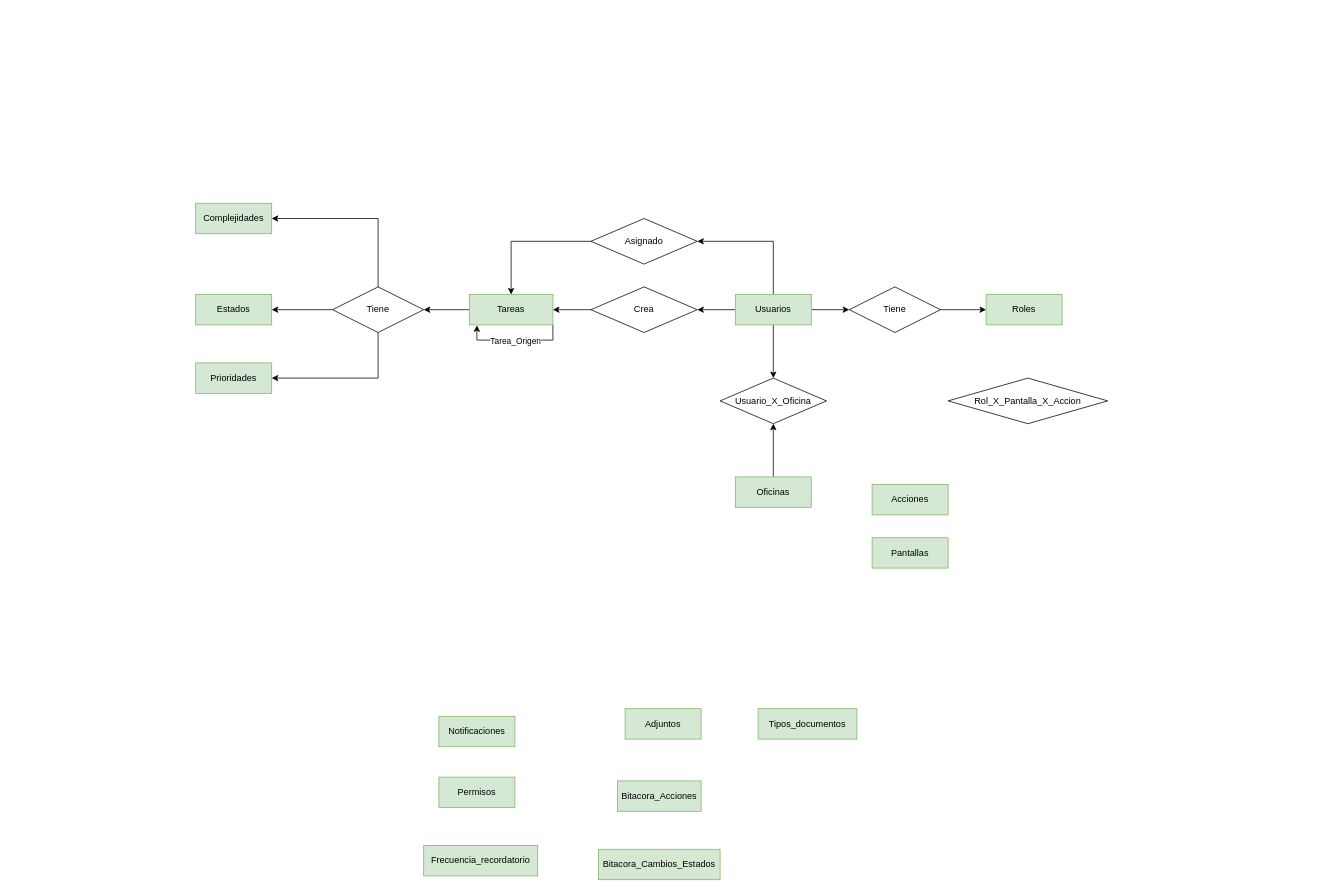
This is E-R IntelTask.drawio from W1TCH3R94/notasCursos, a draw.io file, before an edit. Source tidied: cells renumbered, new cells numbered last; positions are measured from the earlier drawing's top-left corner, leaving out a move shared by most shapes. Both pictures are drawn from the tidied source at 76%, with x=0, y=0 at pixel (195, 203).
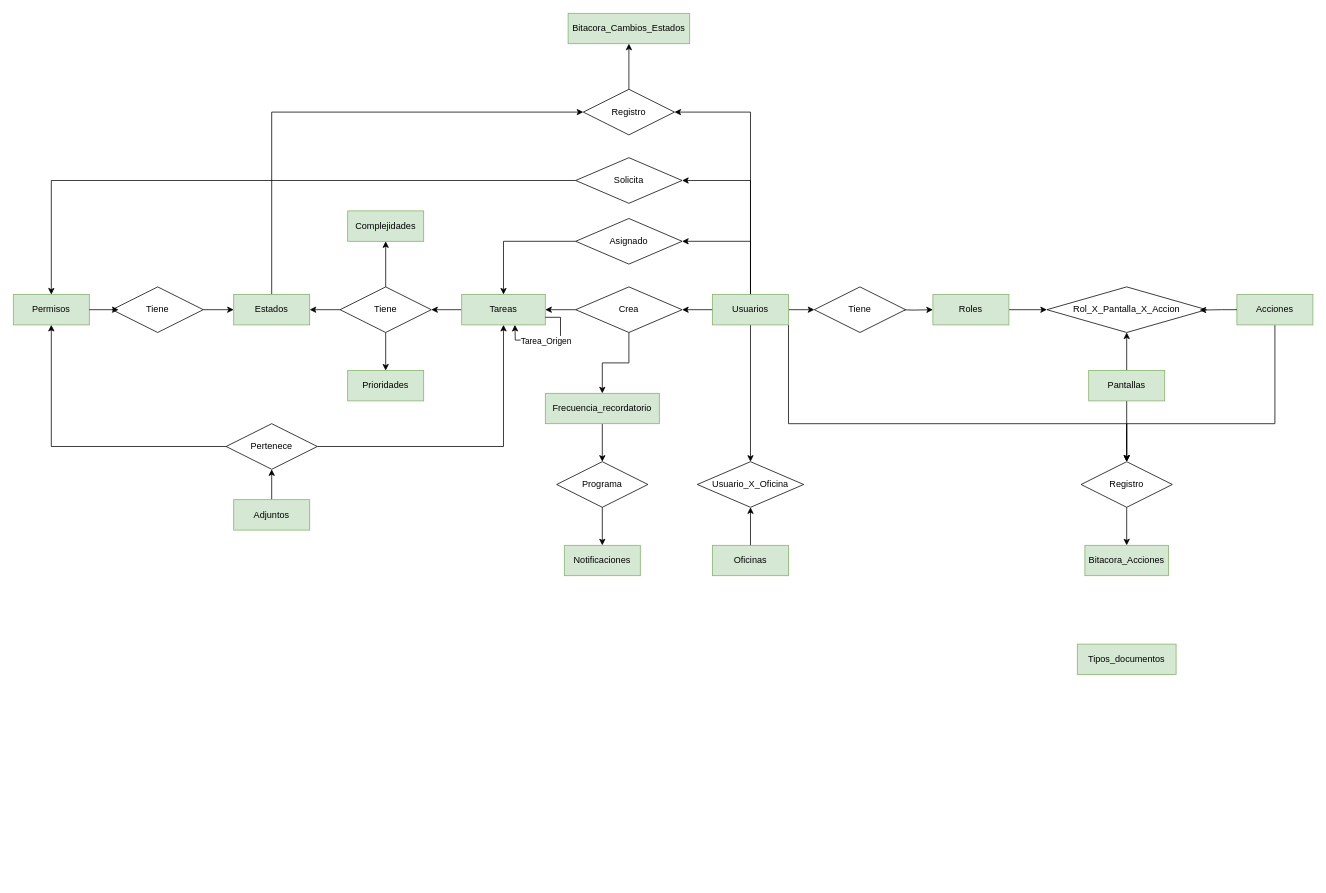
The same diagram, later.

Diff of the diagram source:
```diff
@@
-    <mxCell id="2" style="edgeStyle=orthogonalEdgeStyle;rounded=0;jettySize=auto;html=1;exitX=1;exitY=0.5;exitDx=0;exitDy=0;entryX=0;entryY=0.5;entryDx=0;entryDy=0;" parent="1" edge="1" source="3" target="9">
-      <mxGeometry relative="1" as="geometry" />
+    <mxCell id="2" style="edgeStyle=orthogonalEdgeStyle;rounded=0;jettySize=auto;html=1;exitX=1;exitY=0.5;exitDx=0;exitDy=0;entryX=0;entryY=0.5;entryDx=0;entryDy=0;" parent="1" edge="1" target="9">
+      <mxGeometry relative="1" as="geometry">
+        <mxPoint x="920" y="140" as="sourcePoint" />
+      </mxGeometry>
     </mxCell>
     <mxCell id="3" value="Tiene" style="shape=rhombus;perimeter=rhombusPerimeter;whiteSpace=wrap;html=1;align=center;" parent="1" vertex="1">
-      <mxGeometry x="860" y="110" width="120" height="60" as="geometry" />
+      <mxGeometry x="814" y="110" width="120" height="60" as="geometry" />
     </mxCell>
@@
+    <mxCell id="38" style="edgeStyle=orthogonalEdgeStyle;rounded=0;jettySize=auto;html=1;exitX=0.5;exitY=0;exitDx=0;exitDy=0;entryX=1;entryY=0.5;entryDx=0;entryDy=0;" parent="1" edge="1" source="8" target="62">
+      <mxGeometry relative="1" as="geometry" />
+    </mxCell>
+    <mxCell id="39" style="edgeStyle=orthogonalEdgeStyle;rounded=0;jettySize=auto;html=1;exitX=0.5;exitY=0;exitDx=0;exitDy=0;entryX=1;entryY=0.5;entryDx=0;entryDy=0;" parent="1" edge="1" source="8" target="64">
+      <mxGeometry relative="1" as="geometry" />
+    </mxCell>
+    <mxCell id="40" style="edgeStyle=orthogonalEdgeStyle;rounded=0;jettySize=auto;html=1;exitX=1;exitY=1;exitDx=0;exitDy=0;entryX=0.5;entryY=0;entryDx=0;entryDy=0;" parent="1" edge="1" source="8" target="58">
+      <mxGeometry relative="1" as="geometry">
+        <Array as="points">
+          <mxPoint x="780" y="290" />
+          <mxPoint x="1225" y="290" />
+        </Array>
+      </mxGeometry>
+    </mxCell>
     <mxCell id="8" value="Usuarios" style="whiteSpace=wrap;html=1;align=center;fillColor=#d5e8d4;strokeColor=#82b366;" parent="1" vertex="1">
-      <mxGeometry x="710" y="120" width="100" height="40" as="geometry" />
+      <mxGeometry x="680" y="120" width="100" height="40" as="geometry" />
     </mxCell>
+    <mxCell id="41" style="edgeStyle=orthogonalEdgeStyle;rounded=0;jettySize=auto;html=1;exitX=1;exitY=0.5;exitDx=0;exitDy=0;entryX=0;entryY=0.5;entryDx=0;entryDy=0;" parent="1" edge="1" source="9" target="37">
+      <mxGeometry relative="1" as="geometry" />
+    </mxCell>
     <mxCell id="9" value="Roles" style="whiteSpace=wrap;html=1;align=center;fillColor=#d5e8d4;strokeColor=#82b366;" parent="1" vertex="1">
-      <mxGeometry x="1040" y="120" width="100" height="40" as="geometry" />
+      <mxGeometry x="970" y="120" width="100" height="40" as="geometry" />
     </mxCell>
@@
-    <mxCell id="11" style="edgeStyle=orthogonalEdgeStyle;rounded=0;jettySize=auto;html=1;exitX=1;exitY=1;exitDx=0;exitDy=0;" parent="1" edge="1" source="13">
-      <mxGeometry relative="1" as="geometry">
-        <mxPoint x="370" y="160.5" as="targetPoint" />
-        <Array as="points">
-          <mxPoint x="470" y="180" />
-          <mxPoint x="370" y="180" />
-        </Array>
-      </mxGeometry>
-    </mxCell>
-    <mxCell id="12" value="Tarea_Origen" style="edgeLabel;html=1;align=center;verticalAlign=middle;" parent="11" vertex="1">
-      <mxGeometry x="-0.09" y="4" relative="1" as="geometry">
-        <mxPoint x="-7" y="-4" as="offset" />
-      </mxGeometry>
-    </mxCell>
     <mxCell id="13" value="Tareas" style="whiteSpace=wrap;html=1;align=center;fillColor=#d5e8d4;strokeColor=#82b366;" parent="1" vertex="1">
-      <mxGeometry x="360" y="120" width="110" height="40" as="geometry" />
+      <mxGeometry x="350" y="120" width="110" height="40" as="geometry" />
     </mxCell>
-    <mxCell id="14" style="edgeStyle=orthogonalEdgeStyle;rounded=0;jettySize=auto;html=1;exitX=0.5;exitY=0;exitDx=0;exitDy=0;entryX=0.5;entryY=1;entryDx=0;entryDy=0;" parent="1" edge="1" source="15" target="26">
-      <mxGeometry relative="1" as="geometry" />
-    </mxCell>
     <mxCell id="15" value="Oficinas" style="whiteSpace=wrap;html=1;align=center;fillColor=#d5e8d4;strokeColor=#82b366;" parent="1" vertex="1">
-      <mxGeometry x="710" y="360" width="100" height="40" as="geometry" />
+      <mxGeometry x="680" y="450" width="100" height="40" as="geometry" />
     </mxCell>
+    <mxCell id="42" style="edgeStyle=orthogonalEdgeStyle;rounded=0;jettySize=auto;html=1;exitX=0.5;exitY=0;exitDx=0;exitDy=0;entryX=0;entryY=0.5;entryDx=0;entryDy=0;" parent="1" edge="1" source="16" target="64">
+      <mxGeometry relative="1" as="geometry" />
+    </mxCell>
     <mxCell id="16" value="Estados" style="whiteSpace=wrap;html=1;align=center;fillColor=#d5e8d4;strokeColor=#82b366;" parent="1" vertex="1">
-      <mxGeometry y="120" width="100" height="40" as="geometry" />
+      <mxGeometry x="50" y="120" width="100" height="40" as="geometry" />
     </mxCell>
+    <mxCell id="43" style="edgeStyle=orthogonalEdgeStyle;rounded=0;jettySize=auto;html=1;exitX=0.5;exitY=0;exitDx=0;exitDy=0;entryX=0.5;entryY=1;entryDx=0;entryDy=0;" parent="1" edge="1" source="17" target="55">
+      <mxGeometry relative="1" as="geometry" />
+    </mxCell>
     <mxCell id="17" value="Adjuntos" style="whiteSpace=wrap;html=1;align=center;fillColor=#d5e8d4;strokeColor=#82b366;" parent="1" vertex="1">
-      <mxGeometry x="565" y="665" width="100" height="40" as="geometry" />
+      <mxGeometry x="50" y="390" width="100" height="40" as="geometry" />
     </mxCell>
     <mxCell id="18" value="Bitacora_Acciones" style="whiteSpace=wrap;html=1;align=center;fillColor=#d5e8d4;strokeColor=#82b366;" parent="1" vertex="1">
-      <mxGeometry x="555" y="760" width="110" height="40" as="geometry" />
+      <mxGeometry x="1170" y="450" width="110" height="40" as="geometry" />
     </mxCell>
     <mxCell id="19" value="Notificaciones" style="whiteSpace=wrap;html=1;align=center;fillColor=#d5e8d4;strokeColor=#82b366;" parent="1" vertex="1">
-      <mxGeometry x="320" y="675" width="100" height="40" as="geometry" />
+      <mxGeometry x="485" y="450" width="100" height="40" as="geometry" />
     </mxCell>
     <mxCell id="20" value="Permisos" style="whiteSpace=wrap;html=1;align=center;fillColor=#d5e8d4;strokeColor=#82b366;" parent="1" vertex="1">
-      <mxGeometry x="320" y="755" width="100" height="40" as="geometry" />
+      <mxGeometry x="-240" y="120" width="100" height="40" as="geometry" />
     </mxCell>
+    <mxCell id="44" style="edgeStyle=orthogonalEdgeStyle;rounded=0;jettySize=auto;html=1;exitX=0.5;exitY=1;exitDx=0;exitDy=0;entryX=0.5;entryY=0;entryDx=0;entryDy=0;" parent="1" edge="1" source="21" target="60">
+      <mxGeometry relative="1" as="geometry" />
+    </mxCell>
     <mxCell id="21" value="Frecuencia_recordatorio" style="whiteSpace=wrap;html=1;align=center;fillColor=#d5e8d4;strokeColor=#82b366;" parent="1" vertex="1">
-      <mxGeometry x="300" y="845" width="150" height="40" as="geometry" />
+      <mxGeometry x="460" y="250" width="150" height="40" as="geometry" />
     </mxCell>
     <mxCell id="22" value="Bitacora_Cambios_Estados" style="whiteSpace=wrap;html=1;align=center;fillColor=#d5e8d4;strokeColor=#82b366;" parent="1" vertex="1">
-      <mxGeometry x="530" y="850" width="160" height="40" as="geometry" />
+      <mxGeometry x="490" y="-250" width="160" height="40" as="geometry" />
     </mxCell>
     <mxCell id="23" value="Complejidades" style="whiteSpace=wrap;html=1;align=center;fillColor=#d5e8d4;strokeColor=#82b366;" parent="1" vertex="1">
-      <mxGeometry width="100" height="40" as="geometry" />
+      <mxGeometry x="200" y="10" width="100" height="40" as="geometry" />
     </mxCell>
     <mxCell id="24" value="Prioridades" style="whiteSpace=wrap;html=1;align=center;fillColor=#d5e8d4;strokeColor=#82b366;" parent="1" vertex="1">
-      <mxGeometry y="210" width="100" height="40" as="geometry" />
+      <mxGeometry x="200" y="220" width="100" height="40" as="geometry" />
     </mxCell>
     <mxCell id="25" value="Tipos_documentos" style="whiteSpace=wrap;html=1;align=center;fillColor=#d5e8d4;strokeColor=#82b366;" parent="1" vertex="1">
-      <mxGeometry x="740" y="665" width="130" height="40" as="geometry" />
+      <mxGeometry x="1160" y="580" width="130" height="40" as="geometry" />
     </mxCell>
-    <mxCell id="26" value="Usuario_X_Oficina" style="shape=rhombus;perimeter=rhombusPerimeter;whiteSpace=wrap;html=1;align=center;" parent="1" vertex="1">
-      <mxGeometry x="690" y="230" width="140" height="60" as="geometry" />
-    </mxCell>
@@
+    <mxCell id="45" style="edgeStyle=orthogonalEdgeStyle;rounded=0;jettySize=auto;html=1;exitX=0.5;exitY=1;exitDx=0;exitDy=0;entryX=0.5;entryY=0;entryDx=0;entryDy=0;" parent="1" edge="1" source="28" target="21">
+      <mxGeometry relative="1" as="geometry" />
+    </mxCell>
     <mxCell id="28" value="Crea" style="shape=rhombus;perimeter=rhombusPerimeter;whiteSpace=wrap;html=1;align=center;" parent="1" vertex="1">
-      <mxGeometry x="520" y="110" width="140" height="60" as="geometry" />
+      <mxGeometry x="500" y="110" width="140" height="60" as="geometry" />
     </mxCell>
@@
     <mxCell id="30" value="Asignado" style="shape=rhombus;perimeter=rhombusPerimeter;whiteSpace=wrap;html=1;align=center;" parent="1" vertex="1">
-      <mxGeometry x="520" y="20" width="140" height="60" as="geometry" />
+      <mxGeometry x="500" y="20" width="140" height="60" as="geometry" />
     </mxCell>
@@
-    <mxCell id="32" style="edgeStyle=orthogonalEdgeStyle;rounded=0;jettySize=auto;html=1;exitX=0.5;exitY=1;exitDx=0;exitDy=0;entryX=1;entryY=0.5;entryDx=0;entryDy=0;" parent="1" edge="1" source="34" target="24">
+    <mxCell id="32" style="edgeStyle=orthogonalEdgeStyle;rounded=0;jettySize=auto;html=1;exitX=0.5;exitY=1;exitDx=0;exitDy=0;entryX=0.5;entryY=0;entryDx=0;entryDy=0;" parent="1" edge="1" source="34" target="24">
       <mxGeometry relative="1" as="geometry" />
     </mxCell>
-    <mxCell id="33" style="edgeStyle=orthogonalEdgeStyle;rounded=0;jettySize=auto;html=1;exitX=0.5;exitY=0;exitDx=0;exitDy=0;entryX=1;entryY=0.5;entryDx=0;entryDy=0;" parent="1" edge="1" source="34" target="23">
+    <mxCell id="33" style="edgeStyle=orthogonalEdgeStyle;rounded=0;jettySize=auto;html=1;exitX=0.5;exitY=0;exitDx=0;exitDy=0;entryX=0.5;entryY=1;entryDx=0;entryDy=0;" parent="1" edge="1" source="34" target="23">
       <mxGeometry relative="1" as="geometry" />
     </mxCell>
     <mxCell id="34" value="Tiene" style="shape=rhombus;perimeter=rhombusPerimeter;whiteSpace=wrap;html=1;align=center;" parent="1" vertex="1">
-      <mxGeometry x="180" y="110" width="120" height="60" as="geometry" />
+      <mxGeometry x="190" y="110" width="120" height="60" as="geometry" />
     </mxCell>
+    <mxCell id="46" style="edgeStyle=orthogonalEdgeStyle;rounded=0;jettySize=auto;html=1;exitX=0.5;exitY=0;exitDx=0;exitDy=0;entryX=0.5;entryY=1;entryDx=0;entryDy=0;" parent="1" edge="1" source="35" target="37">
+      <mxGeometry relative="1" as="geometry" />
+    </mxCell>
+    <mxCell id="47" style="edgeStyle=orthogonalEdgeStyle;rounded=0;jettySize=auto;html=1;exitX=0.5;exitY=1;exitDx=0;exitDy=0;" parent="1" edge="1" source="35" target="58">
+      <mxGeometry relative="1" as="geometry" />
+    </mxCell>
     <mxCell id="35" value="Pantallas" style="whiteSpace=wrap;html=1;align=center;fillColor=#d5e8d4;strokeColor=#82b366;" parent="1" vertex="1">
-      <mxGeometry x="890" y="440" width="100" height="40" as="geometry" />
+      <mxGeometry x="1175" y="220" width="100" height="40" as="geometry" />
     </mxCell>
+    <mxCell id="48" style="edgeStyle=orthogonalEdgeStyle;rounded=0;jettySize=auto;html=1;exitX=0.5;exitY=1;exitDx=0;exitDy=0;" parent="1" edge="1" source="36" target="58">
+      <mxGeometry relative="1" as="geometry">
+        <Array as="points">
+          <mxPoint x="1420" y="290" />
+          <mxPoint x="1225" y="290" />
+        </Array>
+      </mxGeometry>
+    </mxCell>
     <mxCell id="36" value="Acciones" style="whiteSpace=wrap;html=1;align=center;fillColor=#d5e8d4;strokeColor=#82b366;" parent="1" vertex="1">
-      <mxGeometry x="890" y="370" width="100" height="40" as="geometry" />
+      <mxGeometry x="1370" y="120" width="100" height="40" as="geometry" />
     </mxCell>
     <mxCell id="37" value="Rol_X_Pantalla_X_Accion" style="shape=rhombus;perimeter=rhombusPerimeter;whiteSpace=wrap;html=1;align=center;" parent="1" vertex="1">
-      <mxGeometry x="990" y="230" width="210" height="60" as="geometry" />
+      <mxGeometry x="1120" y="110" width="210" height="60" as="geometry" />
     </mxCell>
+    <mxCell id="49" style="edgeStyle=orthogonalEdgeStyle;rounded=0;jettySize=auto;html=1;exitX=0;exitY=0.5;exitDx=0;exitDy=0;entryX=0.957;entryY=0.509;entryDx=0;entryDy=0;entryPerimeter=0;" parent="1" edge="1" source="36" target="37">
+      <mxGeometry relative="1" as="geometry" />
+    </mxCell>
+    <mxCell id="50" style="edgeStyle=orthogonalEdgeStyle;rounded=0;jettySize=auto;html=1;exitX=1;exitY=0.5;exitDx=0;exitDy=0;entryX=0;entryY=0.5;entryDx=0;entryDy=0;" parent="1" edge="1" source="51" target="16">
+      <mxGeometry relative="1" as="geometry" />
+    </mxCell>
+    <mxCell id="51" value="Tiene" style="shape=rhombus;perimeter=rhombusPerimeter;whiteSpace=wrap;html=1;align=center;" parent="1" vertex="1">
+      <mxGeometry x="-110" y="110" width="120" height="60" as="geometry" />
+    </mxCell>
+    <mxCell id="52" style="edgeStyle=orthogonalEdgeStyle;rounded=0;jettySize=auto;html=1;exitX=1;exitY=0.5;exitDx=0;exitDy=0;entryX=0.071;entryY=0.509;entryDx=0;entryDy=0;entryPerimeter=0;" parent="1" edge="1" source="20" target="51">
+      <mxGeometry relative="1" as="geometry" />
+    </mxCell>
+    <mxCell id="53" style="edgeStyle=orthogonalEdgeStyle;rounded=0;jettySize=auto;html=1;exitX=0;exitY=0.5;exitDx=0;exitDy=0;entryX=0.5;entryY=1;entryDx=0;entryDy=0;" parent="1" edge="1" source="55" target="20">
+      <mxGeometry relative="1" as="geometry" />
+    </mxCell>
+    <mxCell id="54" style="edgeStyle=orthogonalEdgeStyle;rounded=0;jettySize=auto;html=1;exitX=1;exitY=0.5;exitDx=0;exitDy=0;entryX=0.5;entryY=1;entryDx=0;entryDy=0;" parent="1" edge="1" source="55" target="13">
+      <mxGeometry relative="1" as="geometry" />
+    </mxCell>
+    <mxCell id="55" value="Pertenece" style="shape=rhombus;perimeter=rhombusPerimeter;whiteSpace=wrap;html=1;align=center;" parent="1" vertex="1">
+      <mxGeometry x="40" y="290" width="120" height="60" as="geometry" />
+    </mxCell>
+    <mxCell id="56" style="edgeStyle=orthogonalEdgeStyle;rounded=0;jettySize=auto;html=1;exitX=1;exitY=0.75;exitDx=0;exitDy=0;" parent="1" edge="1" source="13">
+      <mxGeometry relative="1" as="geometry">
+        <mxPoint x="420" y="160" as="targetPoint" />
+      </mxGeometry>
+    </mxCell>
+    <mxCell id="12" value="Tarea_Origen" style="edgeLabel;html=1;align=center;verticalAlign=middle;" parent="56" vertex="1">
+      <mxGeometry x="0.2" y="3" relative="1" as="geometry">
+        <mxPoint x="8" y="-3" as="offset" />
+      </mxGeometry>
+    </mxCell>
+    <mxCell id="57" style="edgeStyle=orthogonalEdgeStyle;rounded=0;jettySize=auto;html=1;exitX=0.5;exitY=1;exitDx=0;exitDy=0;" parent="1" edge="1" source="58" target="18">
+      <mxGeometry relative="1" as="geometry" />
+    </mxCell>
+    <mxCell id="58" value="Registro" style="shape=rhombus;perimeter=rhombusPerimeter;whiteSpace=wrap;html=1;align=center;" parent="1" vertex="1">
+      <mxGeometry x="1165" y="340" width="120" height="60" as="geometry" />
+    </mxCell>
+    <mxCell id="59" style="edgeStyle=orthogonalEdgeStyle;rounded=0;jettySize=auto;html=1;exitX=0.5;exitY=1;exitDx=0;exitDy=0;entryX=0.5;entryY=0;entryDx=0;entryDy=0;" parent="1" edge="1" source="60" target="19">
+      <mxGeometry relative="1" as="geometry" />
+    </mxCell>
+    <mxCell id="60" value="Programa" style="shape=rhombus;perimeter=rhombusPerimeter;whiteSpace=wrap;html=1;align=center;" parent="1" vertex="1">
+      <mxGeometry x="475" y="340" width="120" height="60" as="geometry" />
+    </mxCell>
+    <mxCell id="61" style="edgeStyle=orthogonalEdgeStyle;rounded=0;jettySize=auto;html=1;exitX=0;exitY=0.5;exitDx=0;exitDy=0;entryX=0.5;entryY=0;entryDx=0;entryDy=0;" parent="1" edge="1" source="62" target="20">
+      <mxGeometry relative="1" as="geometry" />
+    </mxCell>
+    <mxCell id="62" value="Solicita" style="shape=rhombus;perimeter=rhombusPerimeter;whiteSpace=wrap;html=1;align=center;" parent="1" vertex="1">
+      <mxGeometry x="500" y="-60" width="140" height="60" as="geometry" />
+    </mxCell>
+    <mxCell id="63" style="edgeStyle=orthogonalEdgeStyle;rounded=0;jettySize=auto;html=1;exitX=0.5;exitY=0;exitDx=0;exitDy=0;entryX=0.5;entryY=1;entryDx=0;entryDy=0;" parent="1" edge="1" source="64" target="22">
+      <mxGeometry relative="1" as="geometry" />
+    </mxCell>
+    <mxCell id="64" value="Registro" style="shape=rhombus;perimeter=rhombusPerimeter;whiteSpace=wrap;html=1;align=center;" parent="1" vertex="1">
+      <mxGeometry x="510" y="-150" width="120" height="60" as="geometry" />
+    </mxCell>
+    <mxCell id="14" style="edgeStyle=orthogonalEdgeStyle;rounded=0;jettySize=auto;html=1;exitX=0.5;exitY=0;exitDx=0;exitDy=0;entryX=0.5;entryY=1;entryDx=0;entryDy=0;" parent="1" edge="1" source="15" target="26">
+      <mxGeometry relative="1" as="geometry" />
+    </mxCell>
+    <mxCell id="26" value="Usuario_X_Oficina" style="shape=rhombus;perimeter=rhombusPerimeter;whiteSpace=wrap;html=1;align=center;" parent="1" vertex="1">
+      <mxGeometry x="660" y="340" width="140" height="60" as="geometry" />
+    </mxCell>
```
